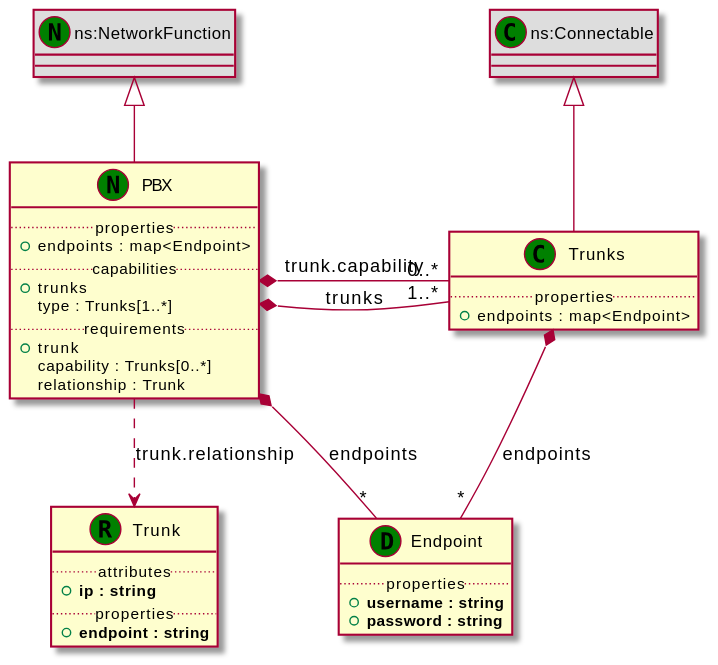
Before: examples/Turandot/diagrams/uml2/main-examples-telephony-network-service-profiles-telephony-profile-uml2-class-diagram.svg, a diagram exported from PlantUML (Orange-OpenSource/Cloudnet-TOSCA-toolbox).
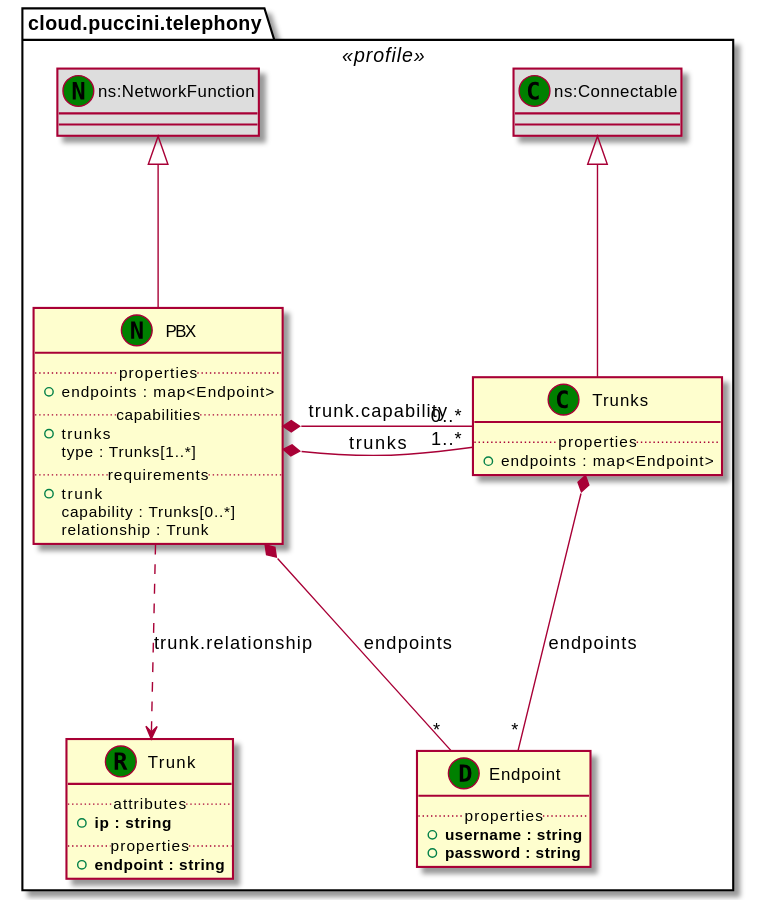
Later version of the same file.

The edit, as a diff of the source:
```diff
@@ -1,5 +1,6 @@
 @startuml
 set namespaceSeparator none
+package "cloud.puccini.telephony" <<profile>> {
 class "Endpoint" as Endpoint_DT << (D,green) >> {
 .. properties ..
 +<b>username : string
@@ -35,4 +36,5 @@
 Trunks_CT "1..*" -* PBX_NT : trunks
 PBX_NT *- "0..*" Trunks_CT : trunk.capability
 PBX_NT ..> Trunk_RT : trunk.relationship
+}
 @enduml
```
